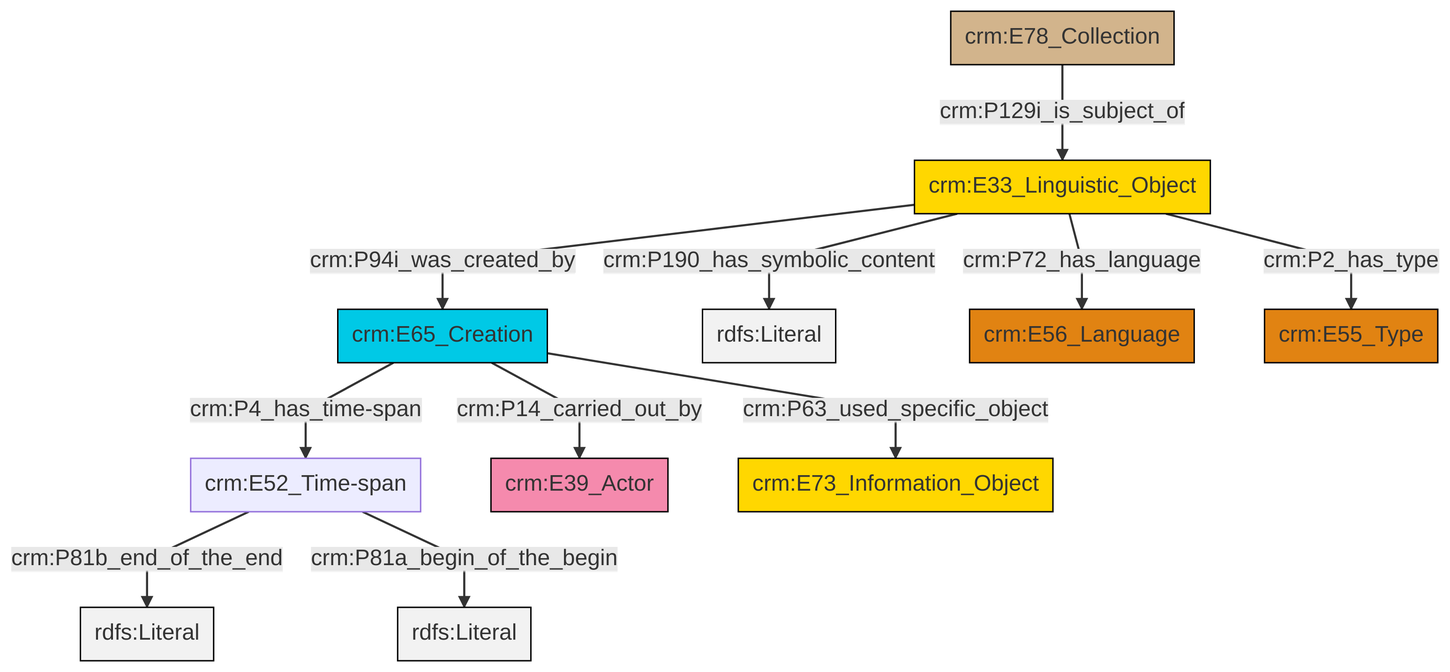
Before: et/archivalCSV/ttl/mmd/png/archival_desc.png, a diagram exported from Mermaid (swiss-art-research-net/docs.swissartresearch). Its source is kept beside it as et/archivalCSV/ttl/mmd/archival_desc.ttl.mmd.
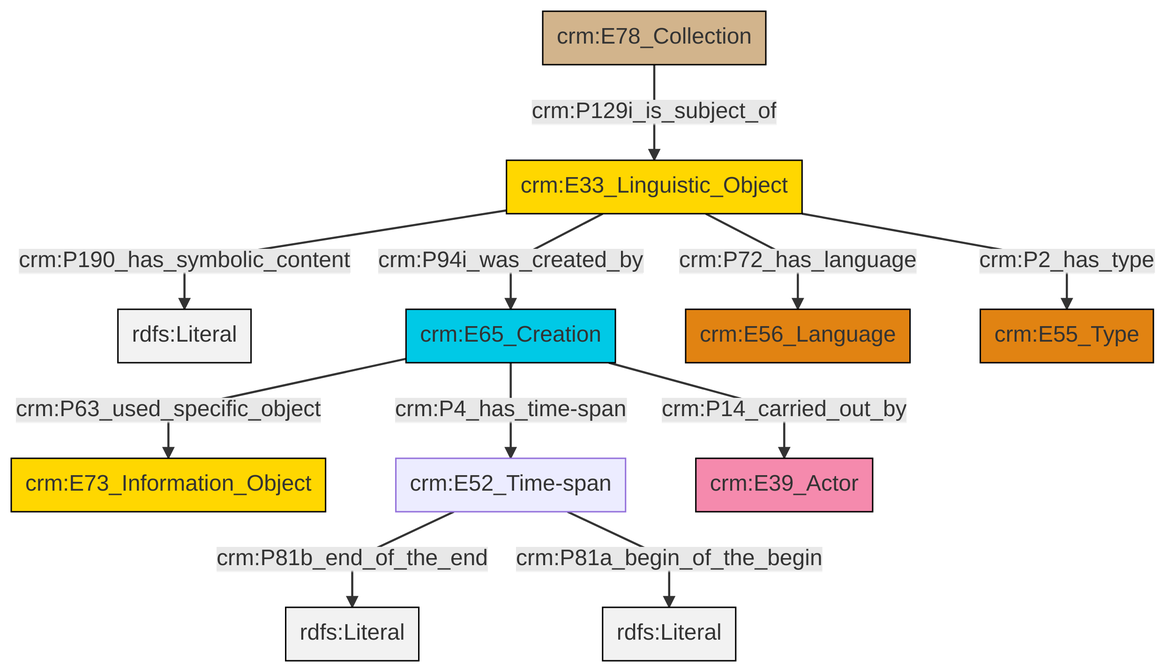
After the change.

Diff of the diagram source:
```diff
@@ -13,13 +13,13 @@
 classDef PC_Classes fill:#4ce600, stroke:#000000;
 classDef Multi fill:#cccccc,stroke:#000000;
 
-0["crm:E52_Time-span"]:::Default -->|crm:P81b_end_of_the_end| 1[rdfs:Literal]:::Literal
-2["crm:E65_Creation"]:::Temporal_Entity -->|crm:P4_has_time-span| 0["crm:E52_Time-span"]:::Default
-2["crm:E65_Creation"]:::Temporal_Entity -->|crm:P14_carried_out_by| 7["crm:E39_Actor"]:::Actor
-3["crm:E33_Linguistic_Object"]:::Conceptual_Object -->|crm:P190_has_symbolic_content| 8[rdfs:Literal]:::Literal
-0["crm:E52_Time-span"]:::Default -->|crm:P81a_begin_of_the_begin| 9[rdfs:Literal]:::Literal
-5["crm:E78_Collection"]:::Physical_Thing -->|crm:P129i_is_subject_of| 3["crm:E33_Linguistic_Object"]:::Conceptual_Object
-3["crm:E33_Linguistic_Object"]:::Conceptual_Object -->|crm:P2_has_type| 15["crm:E55_Type"]:::Type
-3["crm:E33_Linguistic_Object"]:::Conceptual_Object -->|crm:P94i_was_created_by| 2["crm:E65_Creation"]:::Temporal_Entity
-2["crm:E65_Creation"]:::Temporal_Entity -->|crm:P63_used_specific_object| 10["crm:E73_Information_Object"]:::Conceptual_Object
-3["crm:E33_Linguistic_Object"]:::Conceptual_Object -->|crm:P72_has_language| 12["crm:E56_Language"]:::Type
+0["crm:E33_Linguistic_Object"]:::Conceptual_Object -->|crm:P190_has_symbolic_content| 2[rdfs:Literal]:::Literal
+3["crm:E65_Creation"]:::Temporal_Entity -->|crm:P63_used_specific_object| 4["crm:E73_Information_Object"]:::Conceptual_Object
+0["crm:E33_Linguistic_Object"]:::Conceptual_Object -->|crm:P2_has_type| 7["crm:E55_Type"]:::Type
+3["crm:E65_Creation"]:::Temporal_Entity -->|crm:P4_has_time-span| 9["crm:E52_Time-span"]:::Default
+3["crm:E65_Creation"]:::Temporal_Entity -->|crm:P14_carried_out_by| 10["crm:E39_Actor"]:::Actor
+9["crm:E52_Time-span"]:::Default -->|crm:P81b_end_of_the_end| 13[rdfs:Literal]:::Literal
+15["crm:E78_Collection"]:::Physical_Thing -->|crm:P129i_is_subject_of| 0["crm:E33_Linguistic_Object"]:::Conceptual_Object
+0["crm:E33_Linguistic_Object"]:::Conceptual_Object -->|crm:P94i_was_created_by| 3["crm:E65_Creation"]:::Temporal_Entity
+9["crm:E52_Time-span"]:::Default -->|crm:P81a_begin_of_the_begin| 17[rdfs:Literal]:::Literal
+0["crm:E33_Linguistic_Object"]:::Conceptual_Object -->|crm:P72_has_language| 5["crm:E56_Language"]:::Type
```
